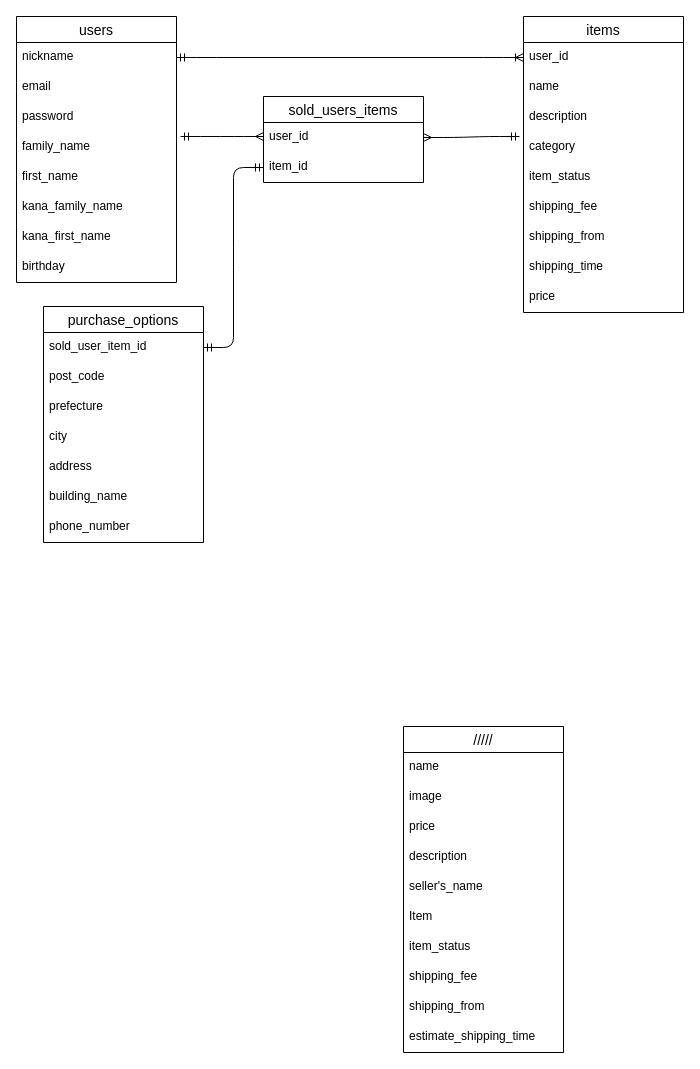
This is ER.dio from strawberygirl/furima-35400, a draw.io file, before an edit. Source tidied: cells renumbered, new cells numbered last; positions are measured from the earlier drawing's top-left corner, leaving out a move shared by most shapes. Both pictures are drawn from the tidied source at 100%, with x=0, y=0 at pixel (16, 16).
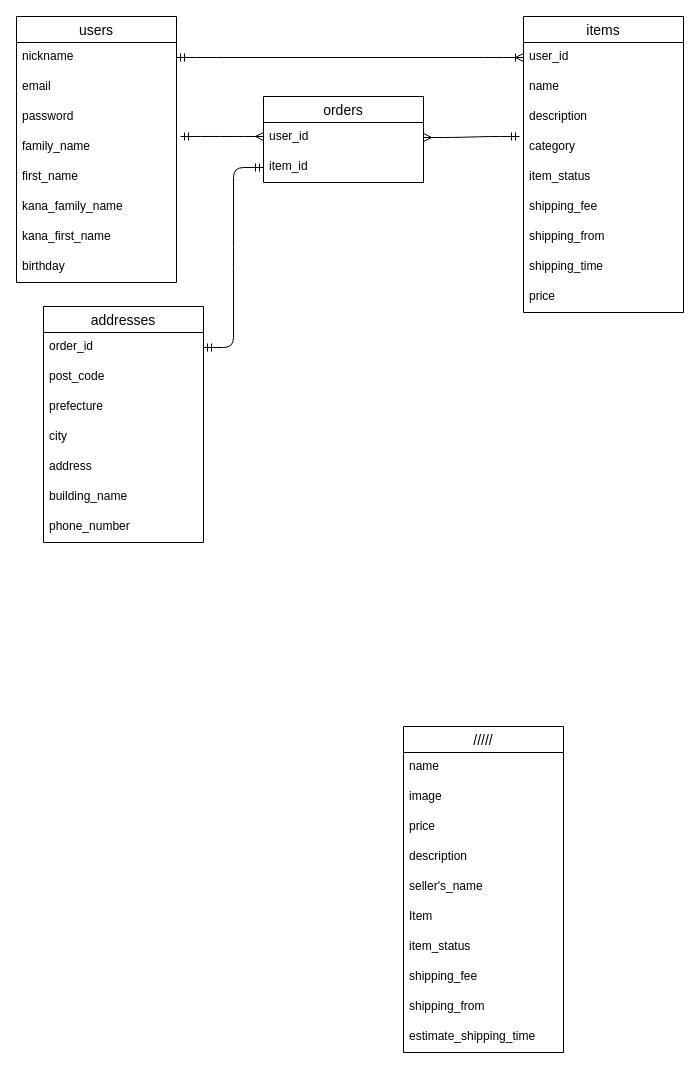
After the change.

The edit, as a diff of the source:
```diff
@@
-    <mxCell id="33" value="purchase_options" style="swimlane;fontStyle=0;horizontal=1;startSize=26;align=center;fontSize=14;" parent="1" vertex="1">
+    <mxCell id="33" value="addresses" style="swimlane;fontStyle=0;horizontal=1;startSize=26;align=center;fontSize=14;" parent="1" vertex="1">
       <mxGeometry x="27" y="290" width="160" height="236" as="geometry" />
     </mxCell>
-    <mxCell id="34" value="sold_user_item_id" style="text;strokeColor=none;fillColor=none;spacingLeft=4;spacingRight=4;overflow=hidden;points=[[0,0.5],[1,0.5]];portConstraint=eastwest;fontSize=12;" parent="33" vertex="1">
+    <mxCell id="34" value="order_id" style="text;strokeColor=none;fillColor=none;spacingLeft=4;spacingRight=4;overflow=hidden;points=[[0,0.5],[1,0.5]];portConstraint=eastwest;fontSize=12;" parent="33" vertex="1">
       <mxGeometry y="26" width="160" height="30" as="geometry" />
     </mxCell>
@@
-    <mxCell id="41" value="sold_users_items" style="swimlane;fontStyle=0;horizontal=1;startSize=26;align=center;fontSize=14;" parent="1" vertex="1">
+    <mxCell id="41" value="orders" style="swimlane;fontStyle=0;horizontal=1;startSize=26;align=center;fontSize=14;" parent="1" vertex="1">
       <mxGeometry x="247" y="80" width="160" height="86" as="geometry" />
     </mxCell>
```
